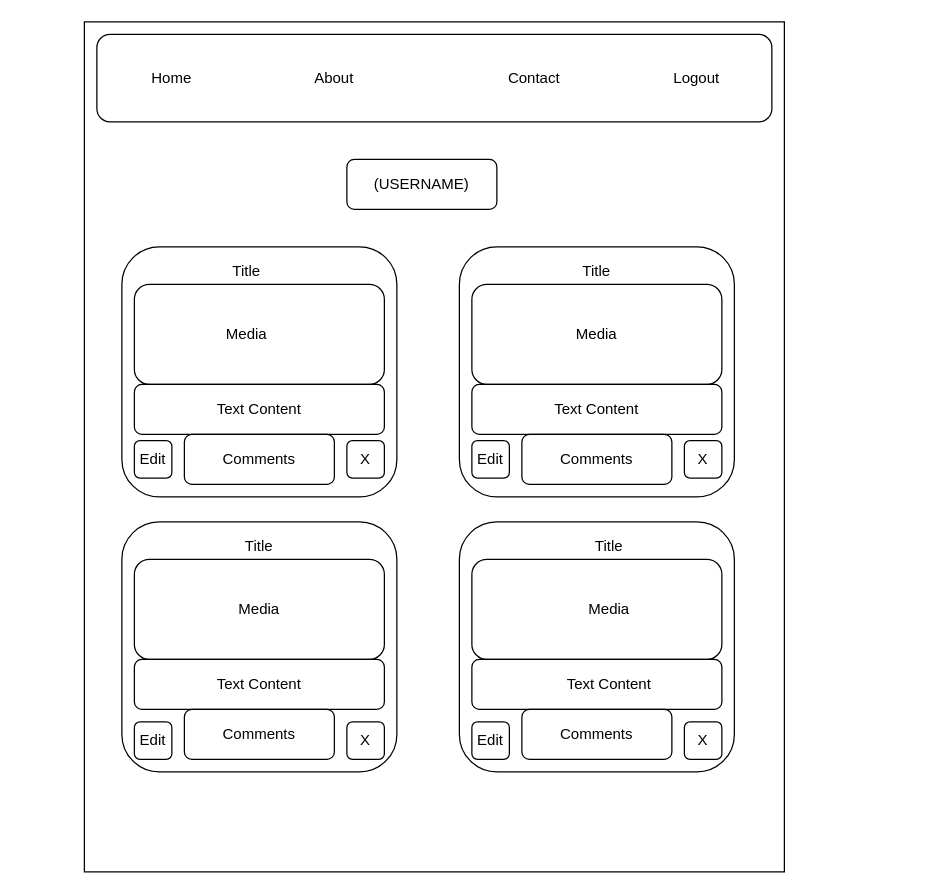
Before: server/additionalFiles/userProfile.drawio in k5tuck/Gamers_Capstone, a draw.io diagram. Source tidied: cells renumbered, new cells numbered last; positions are measured from the earlier drawing's top-left corner, leaving out a move shared by most shapes. Both pictures are drawn from the tidied source at 125%, with x=0, y=0 at pixel (84, 21).
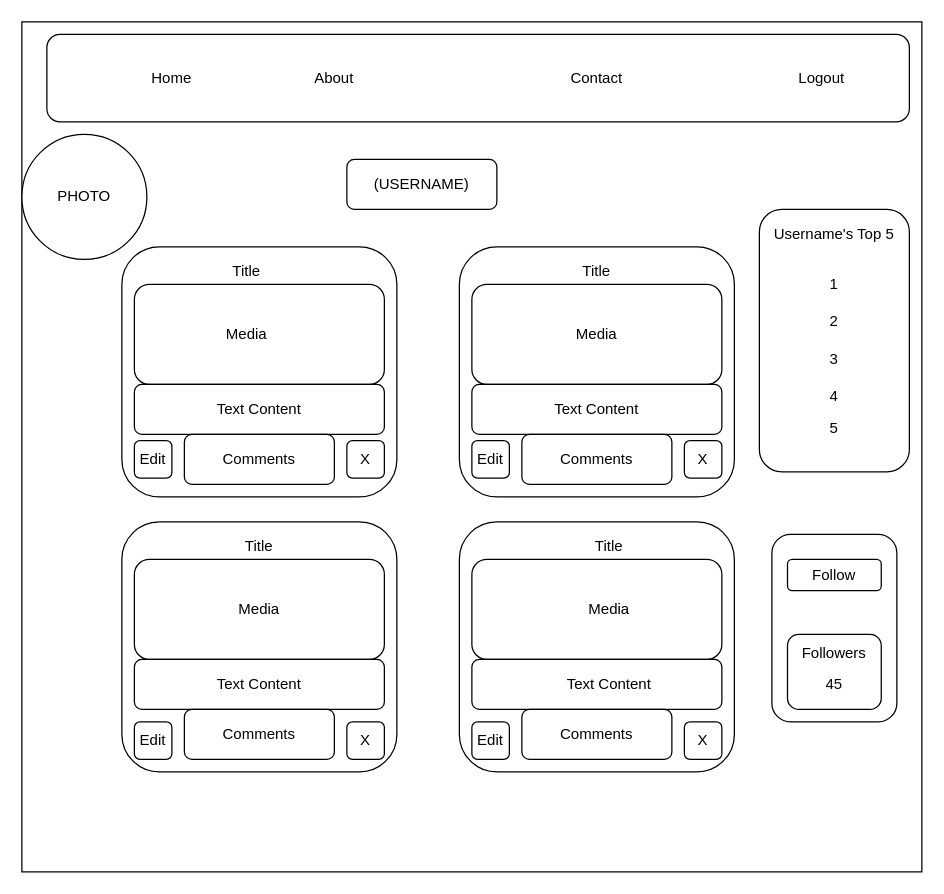
The same diagram, later.

Change to the diagram source:
```diff
@@
     <mxCell id="2" style="rounded=0;whiteSpace=wrap;html=1;gradientColor=#ffffff;" parent="1" vertex="1">
-      <mxGeometry width="560" height="680" as="geometry" />
+      <mxGeometry x="-50" width="720" height="680" as="geometry" />
     </mxCell>
     <mxCell id="3" style="rounded=1;whiteSpace=wrap;html=1;" parent="1" vertex="1">
-      <mxGeometry x="10" y="10" width="540" height="70" as="geometry" />
+      <mxGeometry x="-30" y="10" width="690" height="70" as="geometry" />
     </mxCell>
@@
     <mxCell id="6" value="Contact" style="text;html=1;strokeColor=none;fillColor=none;align=center;verticalAlign=middle;whiteSpace=wrap;rounded=0;" parent="1" vertex="1">
-      <mxGeometry x="340" y="35" width="40" height="20" as="geometry" />
+      <mxGeometry x="390" y="35" width="40" height="20" as="geometry" />
     </mxCell>
     <mxCell id="7" value="Logout" style="text;html=1;strokeColor=none;fillColor=none;align=center;verticalAlign=middle;whiteSpace=wrap;rounded=0;" parent="1" vertex="1">
-      <mxGeometry x="470" y="35" width="40" height="20" as="geometry" />
+      <mxGeometry x="570" y="35" width="40" height="20" as="geometry" />
     </mxCell>
@@
+    <mxCell id="58" style="rounded=1;whiteSpace=wrap;html=1;" parent="1" vertex="1">
+      <mxGeometry x="540" y="150" width="120" height="210" as="geometry" />
+    </mxCell>
+    <mxCell id="59" value="Username's Top 5" style="text;html=1;strokeColor=none;fillColor=none;align=center;verticalAlign=middle;whiteSpace=wrap;rounded=0;" parent="1" vertex="1">
+      <mxGeometry x="550" y="160" width="100" height="20" as="geometry" />
+    </mxCell>
+    <mxCell id="60" value="1" style="text;html=1;strokeColor=none;fillColor=none;align=center;verticalAlign=middle;whiteSpace=wrap;rounded=0;" parent="1" vertex="1">
+      <mxGeometry x="550" y="200" width="100" height="20" as="geometry" />
+    </mxCell>
+    <mxCell id="61" value="2" style="text;html=1;strokeColor=none;fillColor=none;align=center;verticalAlign=middle;whiteSpace=wrap;rounded=0;" parent="1" vertex="1">
+      <mxGeometry x="550" y="230" width="100" height="20" as="geometry" />
+    </mxCell>
+    <mxCell id="62" value="3" style="text;html=1;strokeColor=none;fillColor=none;align=center;verticalAlign=middle;whiteSpace=wrap;rounded=0;" parent="1" vertex="1">
+      <mxGeometry x="550" y="260" width="100" height="20" as="geometry" />
+    </mxCell>
+    <mxCell id="63" value="4" style="text;html=1;strokeColor=none;fillColor=none;align=center;verticalAlign=middle;whiteSpace=wrap;rounded=0;" parent="1" vertex="1">
+      <mxGeometry x="550" y="290" width="100" height="20" as="geometry" />
+    </mxCell>
+    <mxCell id="64" value="5" style="text;html=1;strokeColor=none;fillColor=none;align=center;verticalAlign=middle;whiteSpace=wrap;rounded=0;" parent="1" vertex="1">
+      <mxGeometry x="550" y="315" width="100" height="20" as="geometry" />
+    </mxCell>
+    <mxCell id="65" style="ellipse;whiteSpace=wrap;html=1;" parent="1" vertex="1">
+      <mxGeometry x="-50" y="90" width="100" height="100" as="geometry" />
+    </mxCell>
+    <mxCell id="66" value="PHOTO" style="text;html=1;strokeColor=none;fillColor=none;align=center;verticalAlign=middle;whiteSpace=wrap;rounded=0;" parent="1" vertex="1">
+      <mxGeometry x="-20" y="130" width="40" height="20" as="geometry" />
+    </mxCell>
+    <mxCell id="67" style="rounded=1;whiteSpace=wrap;html=1;" parent="1" vertex="1">
+      <mxGeometry x="550" y="410" width="100" height="150" as="geometry" />
+    </mxCell>
+    <mxCell id="68" style="rounded=1;whiteSpace=wrap;html=1;" parent="1" vertex="1">
+      <mxGeometry x="562.5" y="430" width="75" height="25" as="geometry" />
+    </mxCell>
+    <mxCell id="69" value="Follow" style="text;html=1;strokeColor=none;fillColor=none;align=center;verticalAlign=middle;whiteSpace=wrap;rounded=0;" parent="1" vertex="1">
+      <mxGeometry x="580" y="432.5" width="40" height="20" as="geometry" />
+    </mxCell>
+    <mxCell id="70" style="rounded=1;whiteSpace=wrap;html=1;" parent="1" vertex="1">
+      <mxGeometry x="562.5" y="490" width="75" height="60" as="geometry" />
+    </mxCell>
+    <mxCell id="71" value="Followers" style="text;html=1;strokeColor=none;fillColor=none;align=center;verticalAlign=middle;whiteSpace=wrap;rounded=0;" parent="1" vertex="1">
+      <mxGeometry x="570" y="495" width="60" height="20" as="geometry" />
+    </mxCell>
+    <mxCell id="72" value="45" style="text;html=1;strokeColor=none;fillColor=none;align=center;verticalAlign=middle;whiteSpace=wrap;rounded=0;" parent="1" vertex="1">
+      <mxGeometry x="580" y="520" width="40" height="20" as="geometry" />
+    </mxCell>
```
